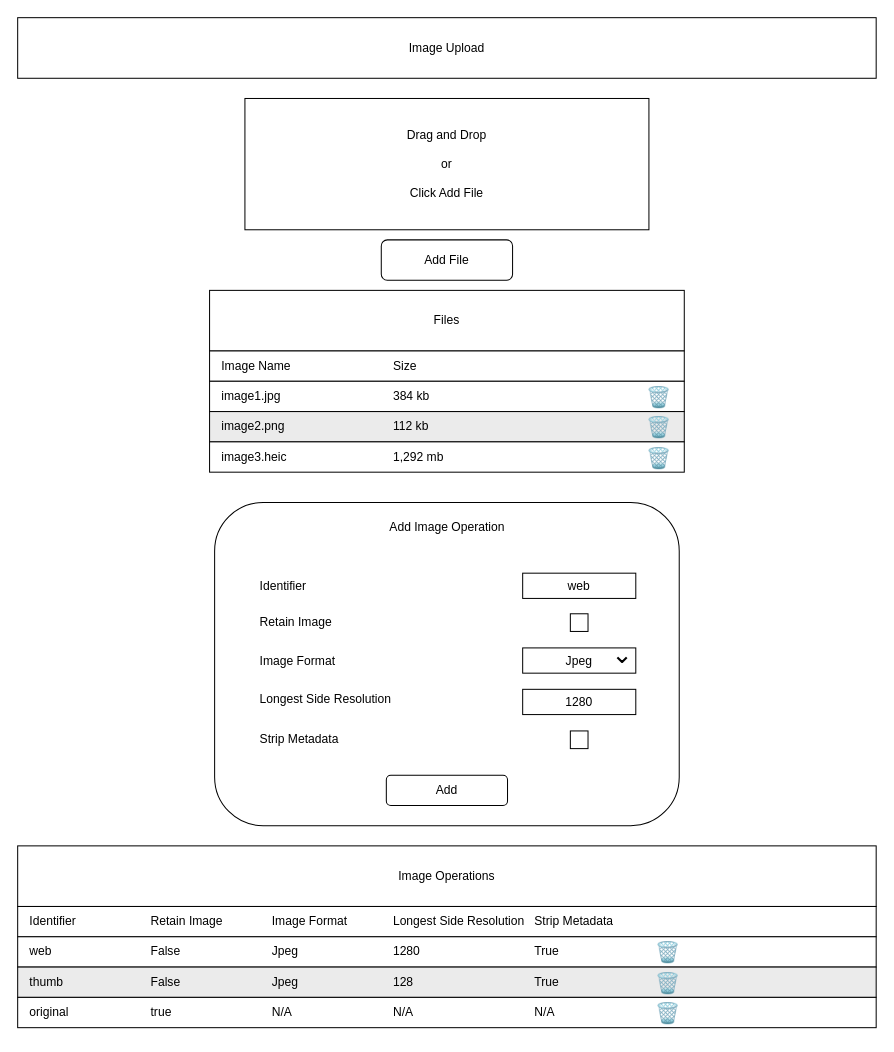
This is mock_ups/image_upload_screen.drawio from methompson/methompson-blog-frontend, a draw.io file, before an edit. Source tidied: cells renumbered, new cells numbered last; positions are measured from the earlier drawing's top-left corner, leaving out a move shared by most shapes. Both pictures are drawn from the tidied source at 101%, with x=0, y=0 at pixel (17, 17).
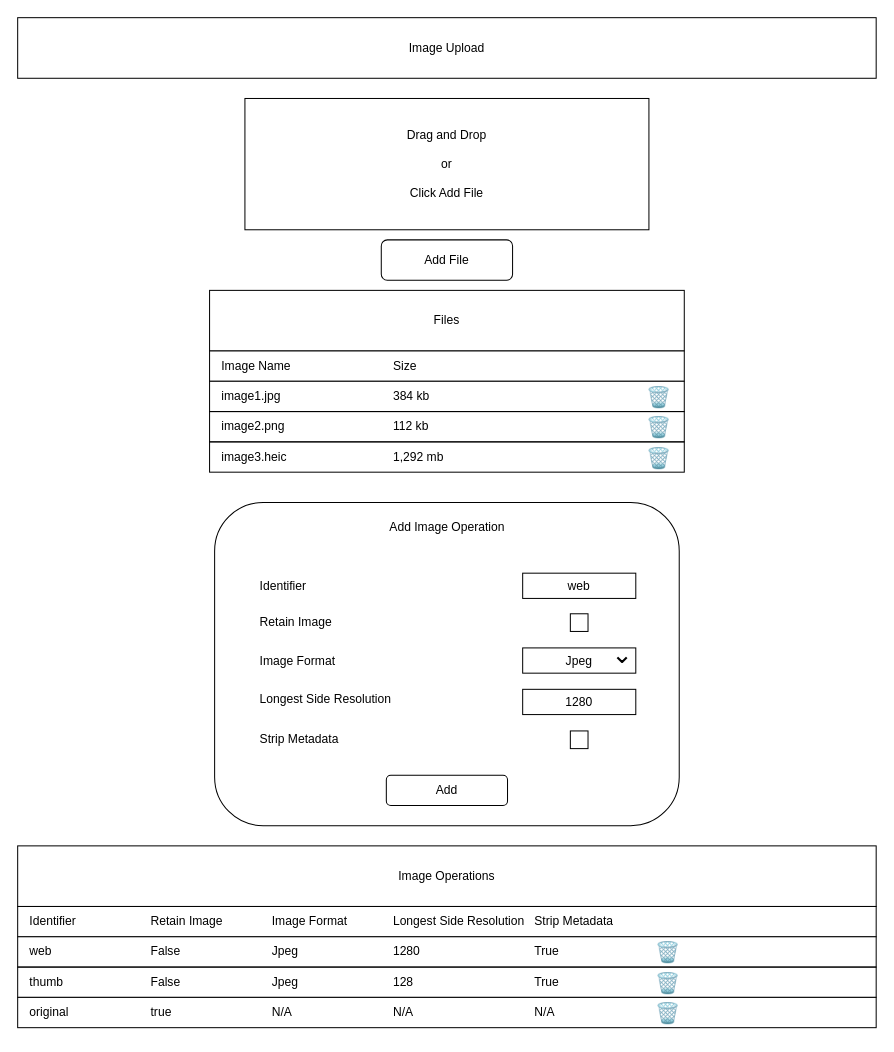
The same page after the edit.

Diff of the diagram source:
```diff
@@
-    <mxCell id="36" style="rounded=0;whiteSpace=wrap;html=1;strokeColor=default;fontSize=25;fontColor=default;fillColor=#EBEBEB;" parent="1" vertex="1">
+    <mxCell id="36" style="rounded=0;whiteSpace=wrap;html=1;strokeColor=default;fontSize=25;fontColor=default;fillColor=none;" parent="1" vertex="1">
       <mxGeometry y="940" width="850" height="30" as="geometry" />
     </mxCell>
@@
-    <mxCell id="51" style="rounded=0;whiteSpace=wrap;html=1;fillColor=#EBEBEB;" parent="1" vertex="1">
+    <mxCell id="51" style="rounded=0;whiteSpace=wrap;html=1;fillColor=none;" parent="1" vertex="1">
       <mxGeometry x="190" y="390" width="470" height="30" as="geometry" />
     </mxCell>
@@
-    <mxCell id="56" style="rounded=0;whiteSpace=wrap;html=1;fillColor=#FFFFFF;" parent="1" vertex="1">
+    <mxCell id="56" style="rounded=0;whiteSpace=wrap;html=1;fillColor=none;" parent="1" vertex="1">
       <mxGeometry x="190" y="420" width="470" height="30" as="geometry" />
     </mxCell>
```
